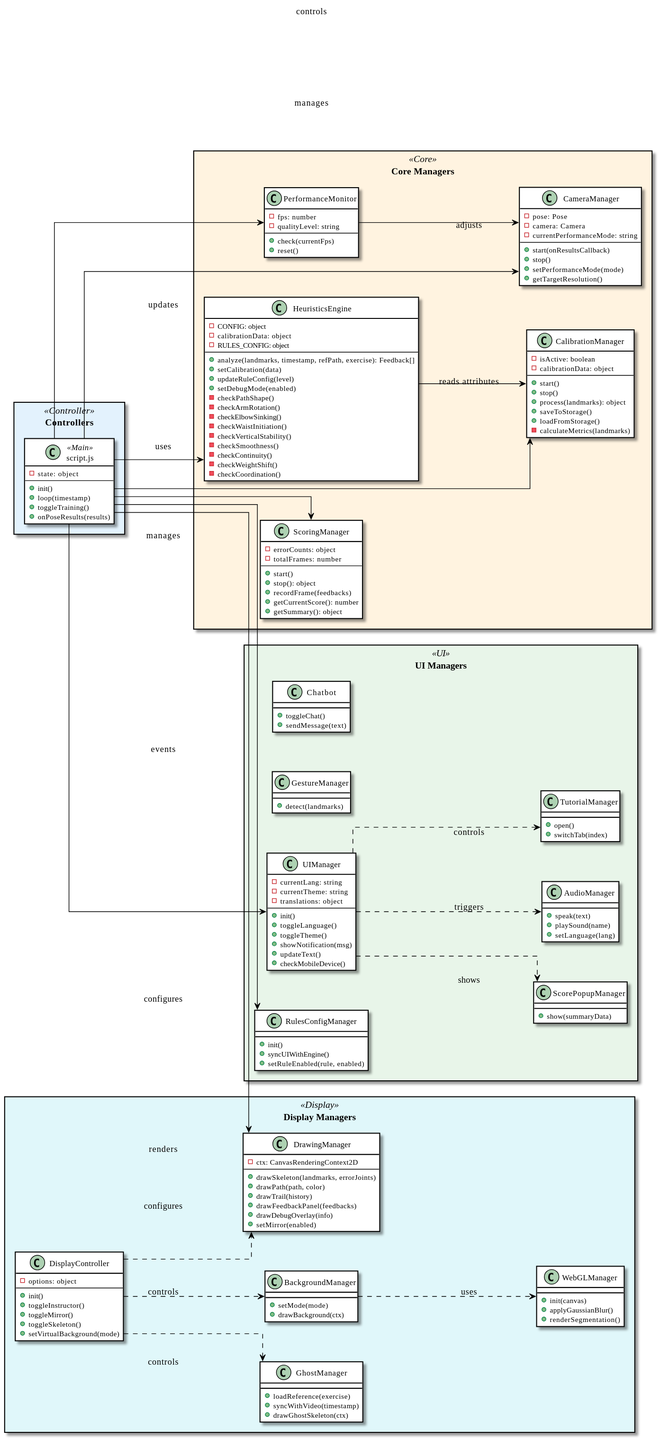
The PlantUML diagram out/docs/diagrams/ClassDiagram/TaijiFlow_Class_Diagram.svg in vyut/TaijiFlow, before a commit.
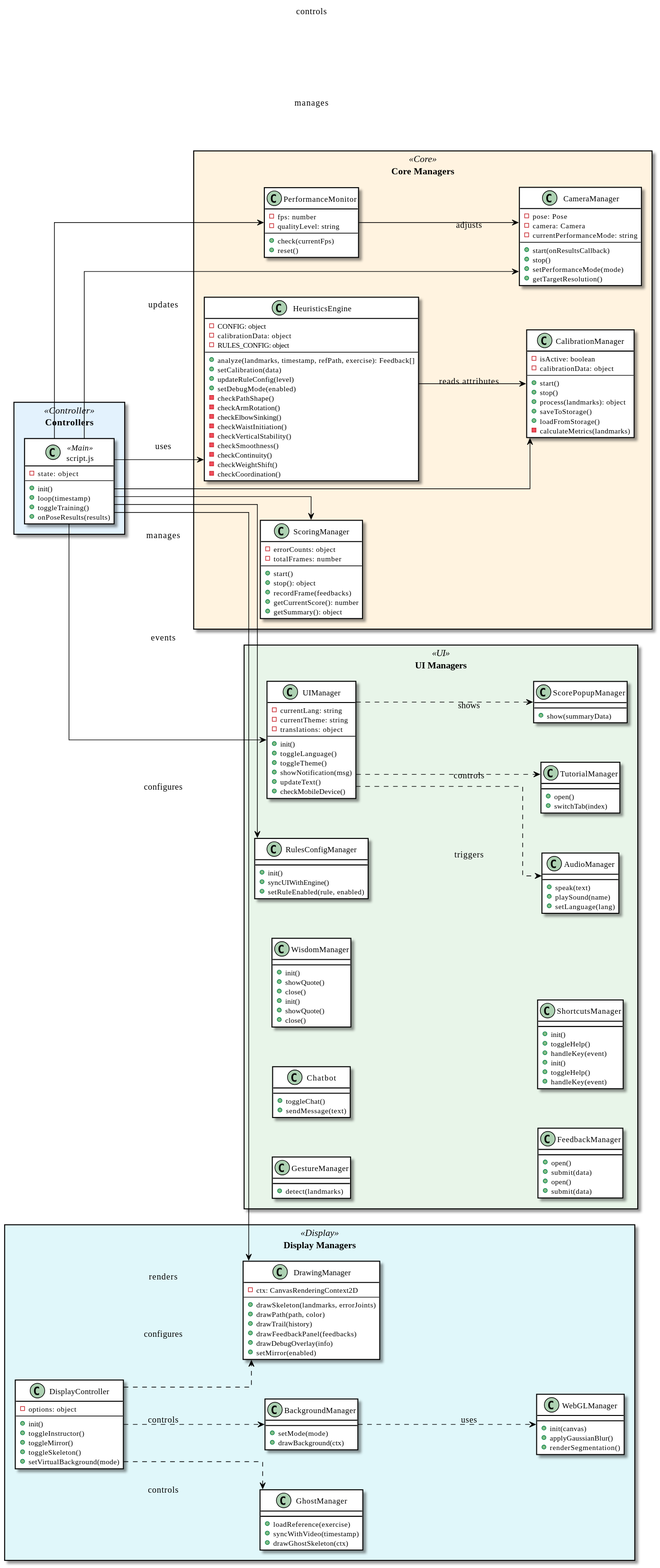
After the change.

Diff of the diagram source:
```diff
@@ -178,6 +178,40 @@
         + toggleChat()
         + sendMessage(text)
     }
+
+    class WisdomManager {
+        + init()
+        + showQuote()
+        + close()
+    }
+
+    class FeedbackManager {
+        + open()
+        + submit(data)
+    }
+
+    class ShortcutsManager {
+        + init()
+        + toggleHelp()
+        + handleKey(event)
+    }
+
+    class WisdomManager {
+        + init()
+        + showQuote()
+        + close()
+    }
+
+    class FeedbackManager {
+        + open()
+        + submit(data)
+    }
+
+    class ShortcutsManager {
+        + init()
+        + toggleHelp()
+        + handleKey(event)
+    }
 }
 
 
```
